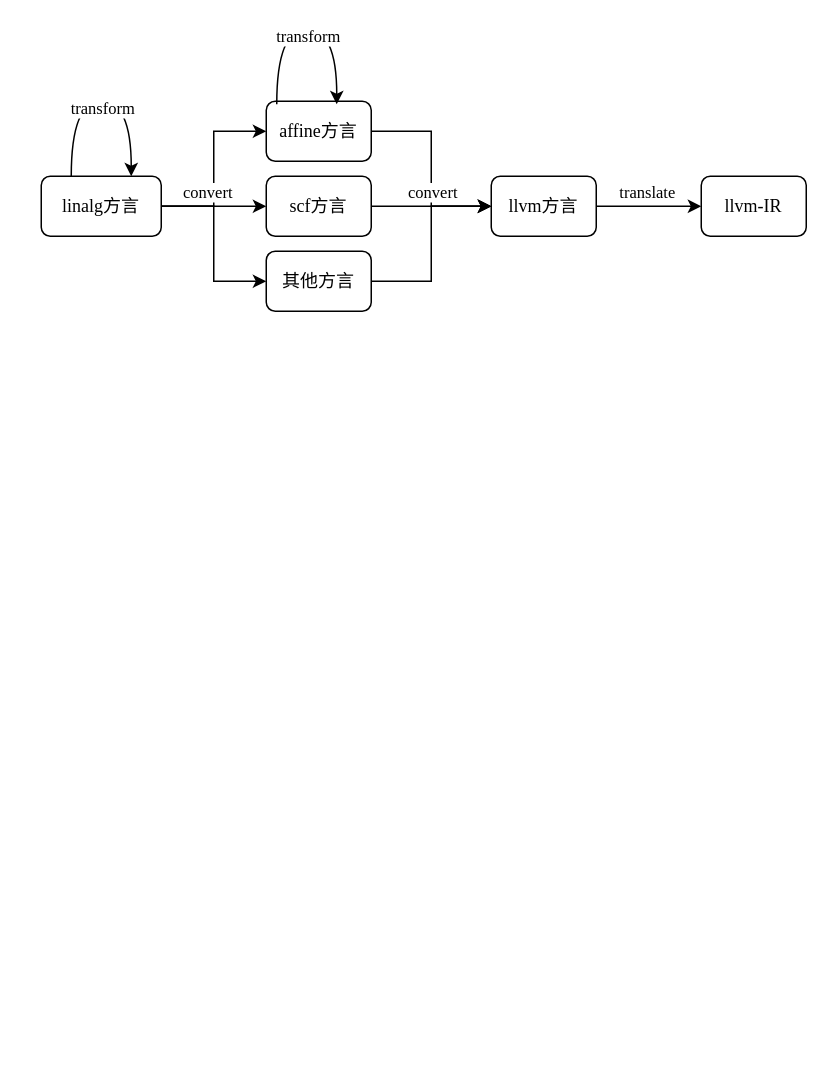
inside-compiler/Inside-LLVM-Code-Gen keeps this draw.io diagram as dialect.drawio. Above is the earlier version. Source tidied: cells renumbered, new cells numbered last; positions are measured from the earlier drawing's top-left corner, leaving out a move shared by most shapes. Both pictures are drawn from the tidied source at 150%, with x=0, y=0 at pixel (40, 28).
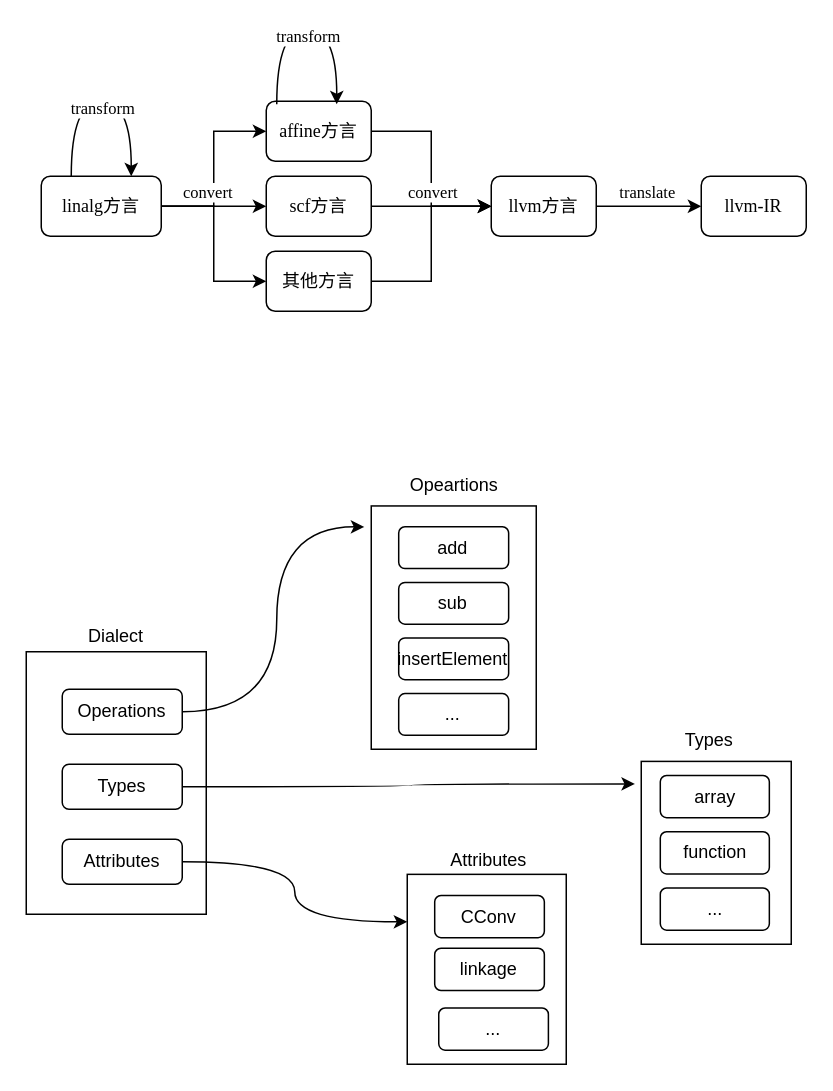
Above is the later version.

What changed in the source:
```diff
@@
+    <mxCell id="22" style="group;" parent="1" vertex="1">
+      <mxGeometry x="-10" y="390" width="120" height="200" as="geometry" />
+    </mxCell>
+    <mxCell id="23" style="rounded=0;whiteSpace=wrap;html=1;" parent="22" vertex="1">
+      <mxGeometry y="25" width="120" height="175" as="geometry" />
+    </mxCell>
+    <mxCell id="24" value="Operations" style="rounded=1;whiteSpace=wrap;html=1;" parent="22" vertex="1">
+      <mxGeometry x="24" y="50" width="80" height="30" as="geometry" />
+    </mxCell>
+    <mxCell id="25" value="Types" style="rounded=1;whiteSpace=wrap;html=1;" parent="22" vertex="1">
+      <mxGeometry x="24" y="100" width="80" height="30" as="geometry" />
+    </mxCell>
+    <mxCell id="26" value="Attributes" style="rounded=1;whiteSpace=wrap;html=1;" parent="22" vertex="1">
+      <mxGeometry x="24" y="150" width="80" height="30" as="geometry" />
+    </mxCell>
+    <mxCell id="27" value="Dialect" style="text;html=1;strokeColor=none;fillColor=none;align=center;verticalAlign=middle;whiteSpace=wrap;rounded=0;" parent="22" vertex="1">
+      <mxGeometry x="30" width="60" height="30" as="geometry" />
+    </mxCell>
+    <mxCell id="28" style="edgeStyle=orthogonalEdgeStyle;curved=1;rounded=0;jettySize=auto;html=1;entryX=-0.042;entryY=0.086;entryDx=0;entryDy=0;entryPerimeter=0;" parent="1" edge="1" source="24" target="45">
+      <mxGeometry relative="1" as="geometry" />
+    </mxCell>
+    <mxCell id="29" style="edgeStyle=orthogonalEdgeStyle;curved=1;rounded=0;jettySize=auto;html=1;entryX=-0.042;entryY=0.123;entryDx=0;entryDy=0;entryPerimeter=0;" parent="1" edge="1" source="25" target="32">
+      <mxGeometry relative="1" as="geometry" />
+    </mxCell>
+    <mxCell id="30" style="edgeStyle=orthogonalEdgeStyle;curved=1;rounded=0;jettySize=auto;html=1;exitX=1;exitY=0.5;exitDx=0;exitDy=0;entryX=0;entryY=0.25;entryDx=0;entryDy=0;" parent="1" edge="1" source="26" target="38">
+      <mxGeometry relative="1" as="geometry" />
+    </mxCell>
+    <mxCell id="31" style="group;" parent="1" vertex="1">
+      <mxGeometry x="400" y="460" width="100" height="150" as="geometry" />
+    </mxCell>
+    <mxCell id="32" style="rounded=0;whiteSpace=wrap;html=1;" parent="31" vertex="1">
+      <mxGeometry y="28.1" width="100" height="121.9" as="geometry" />
+    </mxCell>
+    <mxCell id="33" value="array" style="rounded=1;whiteSpace=wrap;html=1;" parent="31" vertex="1">
+      <mxGeometry x="12.7" y="37.5" width="72.7" height="28.1" as="geometry" />
+    </mxCell>
+    <mxCell id="34" value="function" style="rounded=1;whiteSpace=wrap;html=1;" parent="31" vertex="1">
+      <mxGeometry x="12.7" y="75" width="72.7" height="28.1" as="geometry" />
+    </mxCell>
+    <mxCell id="35" value="..." style="rounded=1;whiteSpace=wrap;html=1;" parent="31" vertex="1">
+      <mxGeometry x="12.7" y="112.5" width="72.7" height="28.1" as="geometry" />
+    </mxCell>
+    <mxCell id="36" value="Types" style="text;html=1;strokeColor=none;fillColor=none;align=center;verticalAlign=middle;whiteSpace=wrap;rounded=0;" parent="31" vertex="1">
+      <mxGeometry x="18.2" width="54.5" height="28.1" as="geometry" />
+    </mxCell>
+    <mxCell id="37" style="group;" parent="1" vertex="1">
+      <mxGeometry x="244" y="540" width="106" height="150" as="geometry" />
+    </mxCell>
+    <mxCell id="38" style="rounded=0;whiteSpace=wrap;html=1;" parent="37" vertex="1">
+      <mxGeometry y="23.4" width="106" height="126.6" as="geometry" />
+    </mxCell>
+    <mxCell id="39" value="CConv" style="rounded=1;whiteSpace=wrap;html=1;" parent="37" vertex="1">
+      <mxGeometry x="18.3" y="37.5" width="73.1" height="28.1" as="geometry" />
+    </mxCell>
+    <mxCell id="40" value="linkage" style="rounded=1;whiteSpace=wrap;html=1;" parent="37" vertex="1">
+      <mxGeometry x="18.3" y="72.7" width="73.1" height="28.1" as="geometry" />
+    </mxCell>
+    <mxCell id="41" value="..." style="rounded=1;whiteSpace=wrap;html=1;" parent="37" vertex="1">
+      <mxGeometry x="21" y="112.5" width="73.1" height="28.1" as="geometry" />
+    </mxCell>
+    <mxCell id="42" value="Attributes" style="text;html=1;strokeColor=none;fillColor=none;align=center;verticalAlign=middle;whiteSpace=wrap;rounded=0;" parent="37" vertex="1">
+      <mxGeometry x="27.4" width="54.8" height="28.1" as="geometry" />
+    </mxCell>
+    <mxCell id="43" style="group;" parent="1" vertex="1">
+      <mxGeometry x="220" y="290" width="110" height="190" as="geometry" />
+    </mxCell>
+    <mxCell id="44" style="group;" parent="43" vertex="1">
+      <mxGeometry y="27.8" width="110" height="162.2" as="geometry" />
+    </mxCell>
+    <mxCell id="45" style="rounded=0;whiteSpace=wrap;html=1;" parent="44" vertex="1">
+      <mxGeometry width="110" height="162.2" as="geometry" />
+    </mxCell>
+    <mxCell id="46" value="add" style="rounded=1;whiteSpace=wrap;html=1;" parent="44" vertex="1">
+      <mxGeometry x="18.3" y="13.9" width="73.3" height="27.8" as="geometry" />
+    </mxCell>
+    <mxCell id="47" value="sub" style="rounded=1;whiteSpace=wrap;html=1;" parent="44" vertex="1">
+      <mxGeometry x="18.3" y="51" width="73.3" height="27.8" as="geometry" />
+    </mxCell>
+    <mxCell id="48" value="insertElement" style="rounded=1;whiteSpace=wrap;html=1;" parent="44" vertex="1">
+      <mxGeometry x="18.3" y="88" width="73.3" height="27.8" as="geometry" />
+    </mxCell>
+    <mxCell id="49" value="..." style="rounded=1;whiteSpace=wrap;html=1;" parent="44" vertex="1">
+      <mxGeometry x="18.3" y="125.1" width="73.3" height="27.8" as="geometry" />
+    </mxCell>
+    <mxCell id="50" value="Opeartions" style="text;html=1;strokeColor=none;fillColor=none;align=center;verticalAlign=middle;whiteSpace=wrap;rounded=0;" parent="43" vertex="1">
+      <mxGeometry x="27.5" width="55" height="27.8" as="geometry" />
+    </mxCell>
```
